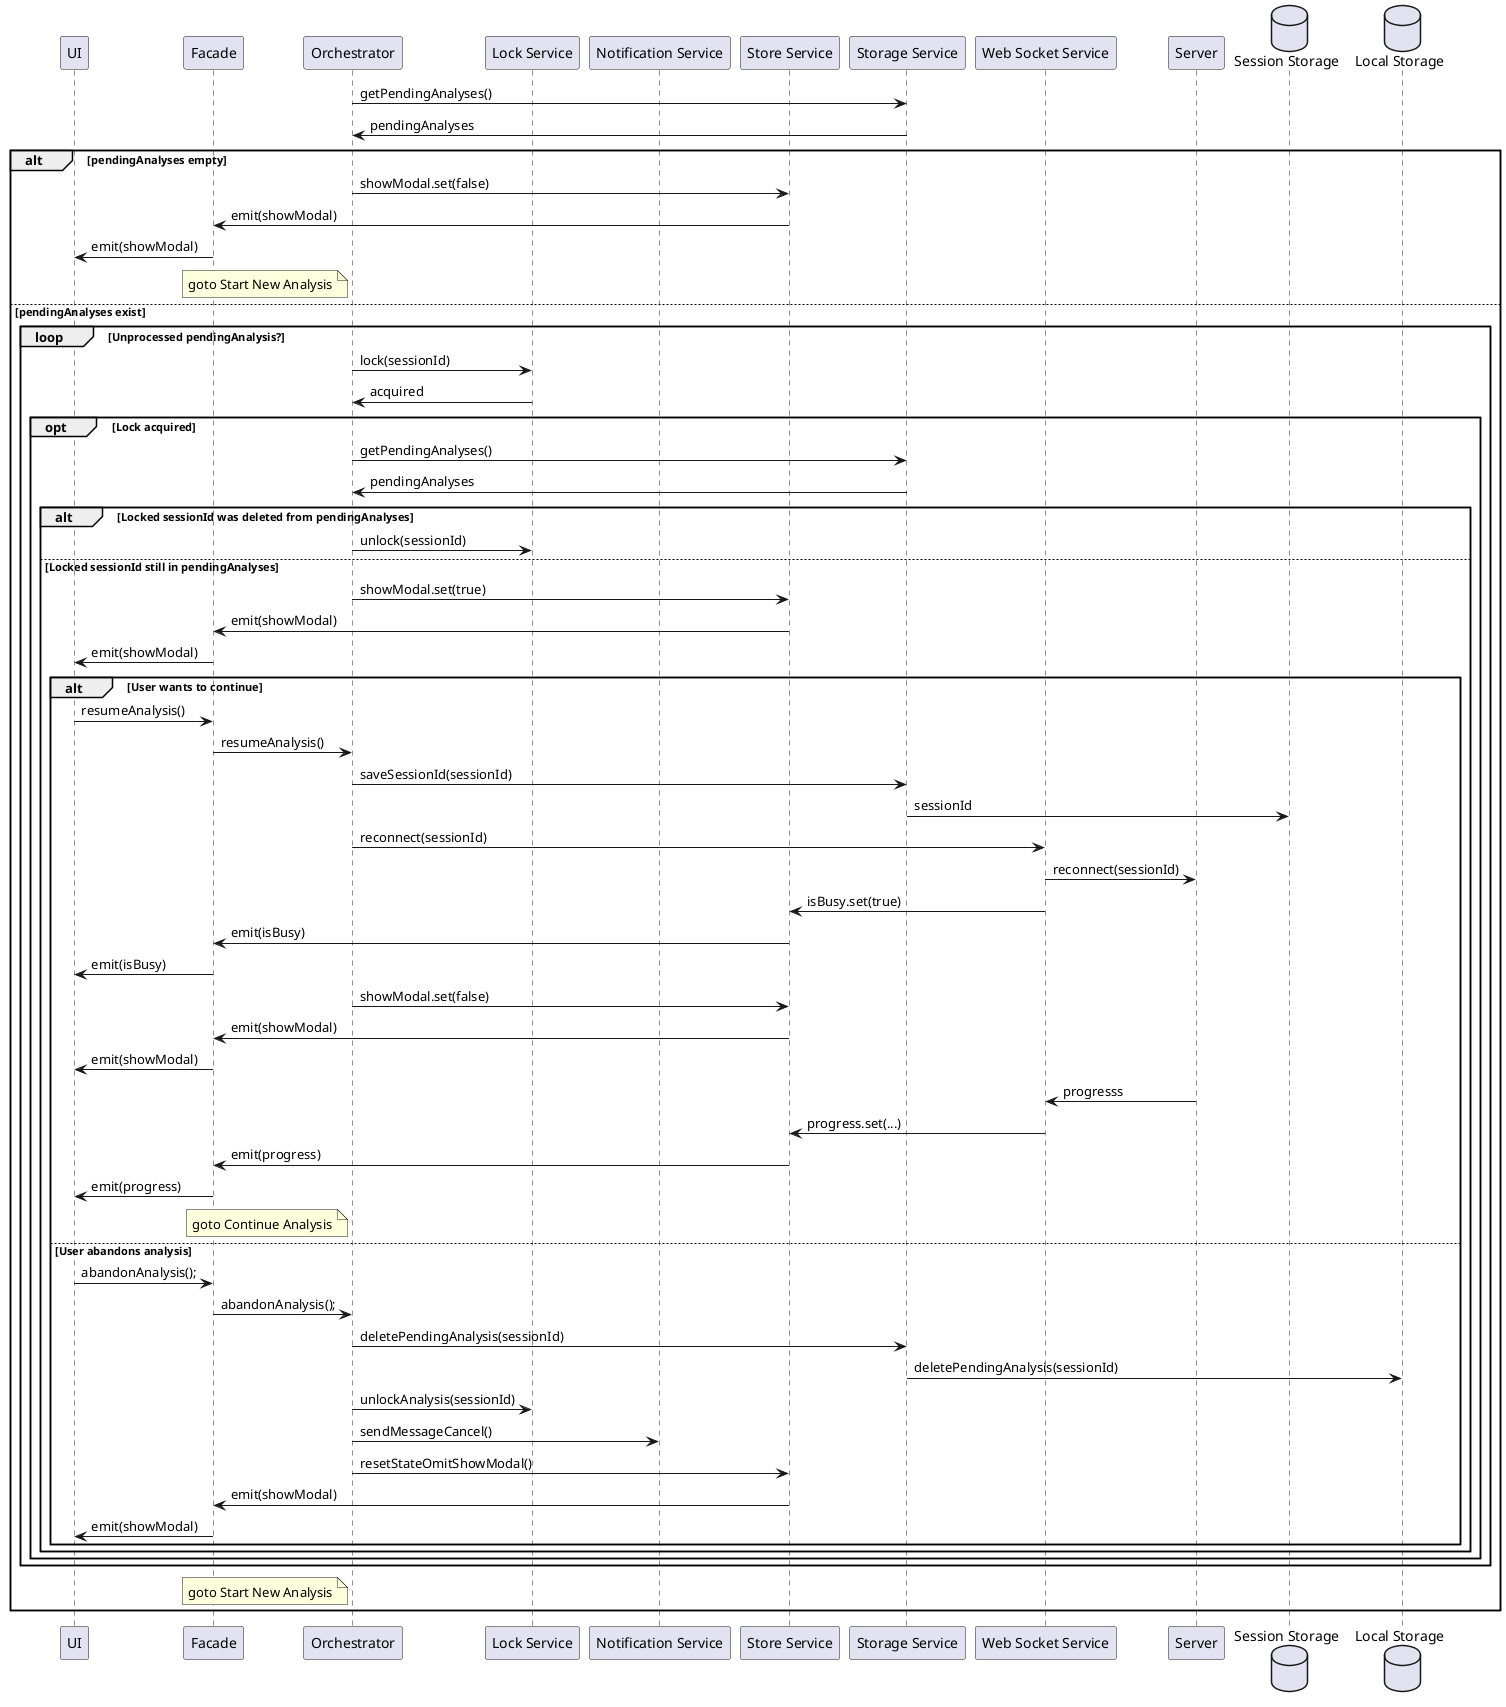
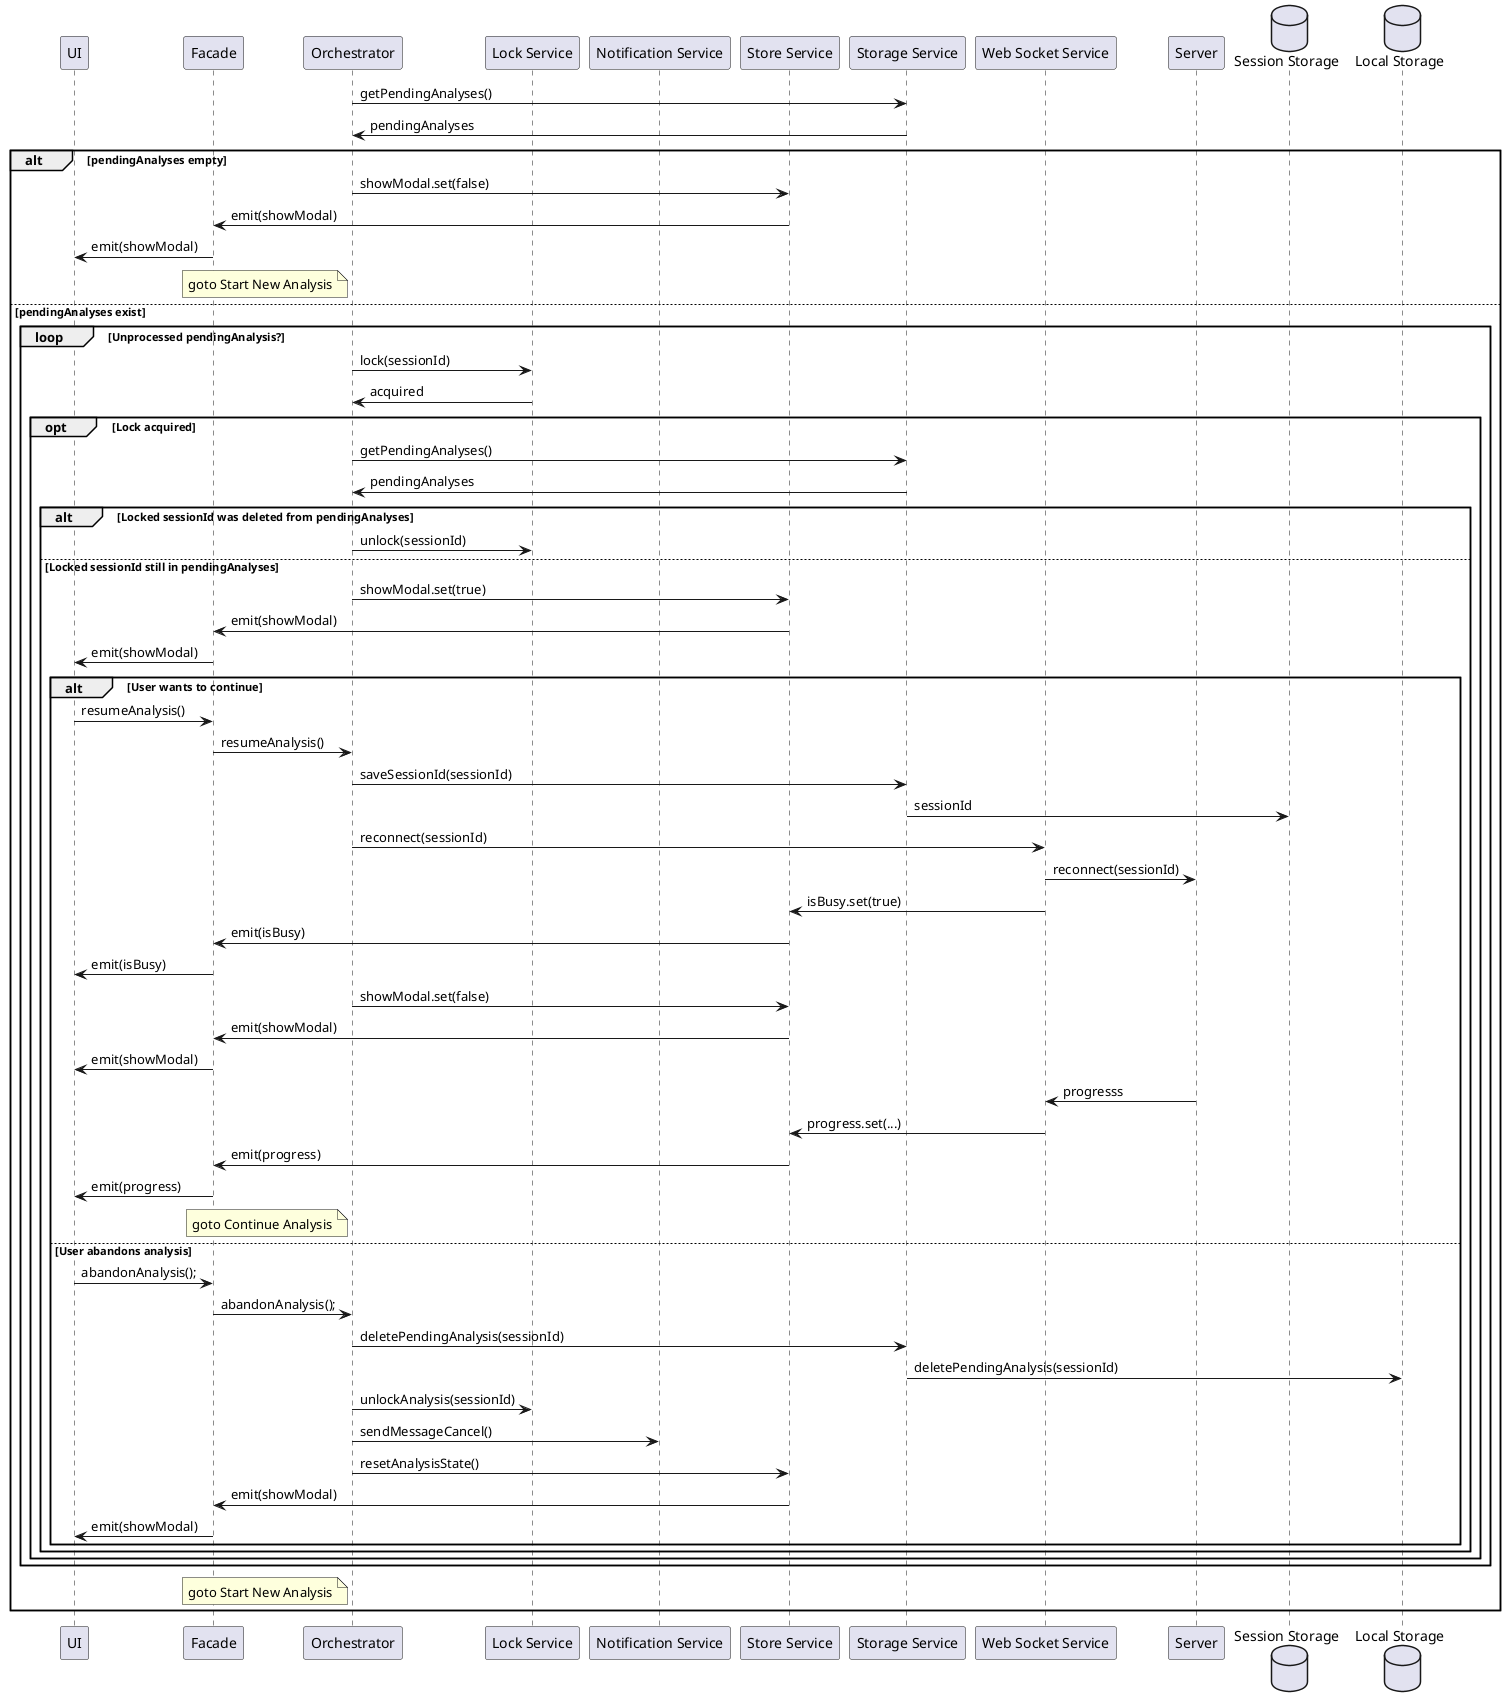
@startuml Try To Resume Analysis

participant "UI" as U
participant "Facade" as F
participant "Orchestrator" as O
participant "Lock Service" as L
participant "Notification Service" as N
participant "Store Service" as ST
participant "Storage Service" as STG
participant "Web Socket Service" as WS
participant "Server" as SRV

database "Session Storage" as SS
database "Local Storage" as LS

O -> STG: getPendingAnalyses()
STG -> O: pendingAnalyses

alt pendingAnalyses empty
    O -> ST: showModal.set(false)
    ST -> F: emit(showModal)
    F -> U: emit(showModal)
    note left of O: goto Start New Analysis

else pendingAnalyses exist
    loop Unprocessed pendingAnalysis?
        O -> L: lock(sessionId)
        L -> O: acquired

        opt Lock acquired
            O -> STG: getPendingAnalyses()
            STG -> O: pendingAnalyses

            alt Locked sessionId was deleted from pendingAnalyses
                O -> L: unlock(sessionId)

            else Locked sessionId still in pendingAnalyses
                O -> ST: showModal.set(true)
                ST -> F: emit(showModal)
                F -> U: emit(showModal)

                alt User wants to continue
                    U -> F: resumeAnalysis()
                    F -> O: resumeAnalysis()
                    O -> STG: saveSessionId(sessionId)
                    STG -> SS: sessionId
                    O -> WS: reconnect(sessionId)
                    WS -> SRV: reconnect(sessionId)
                    WS -> ST: isBusy.set(true)
                    ST -> F: emit(isBusy)
                    F -> U: emit(isBusy)
                    O -> ST: showModal.set(false)
                    ST -> F: emit(showModal)
                    F -> U: emit(showModal)
                    SRV -> WS: progresss
                    WS -> ST: progress.set(...)
                    ST -> F: emit(progress)
                    F -> U: emit(progress)
                    note left of O: goto Continue Analysis

                else User abandons analysis
                    U -> F: abandonAnalysis();
                    F -> O: abandonAnalysis();
                    O -> STG: deletePendingAnalysis(sessionId)
                    STG -> LS: deletePendingAnalysis(sessionId)
                    O -> L: unlockAnalysis(sessionId)
                    O -> N: sendMessageCancel()
-                     O -> ST: resetStateOmitShowModal()
+                     O -> ST: resetAnalysisState()
                    ST -> F: emit(showModal)
                    F -> U: emit(showModal)
                end
            end
        end
    end

   note left of O: goto Start New Analysis
end

@enduml